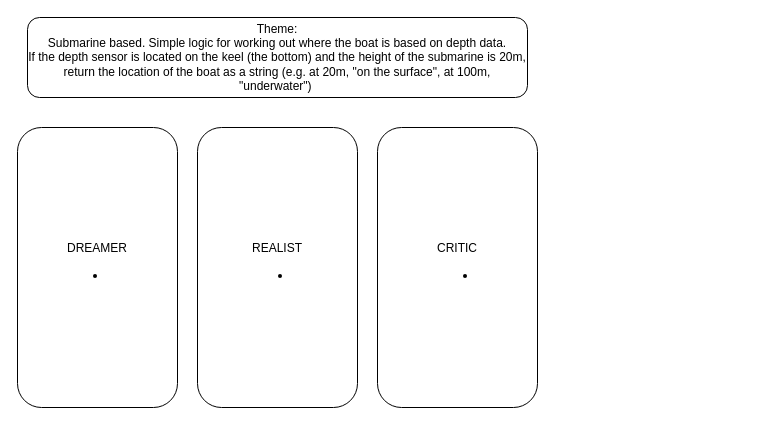
The draw.io diagram plan.drawio in SchoolOfCode/bc16-w6-hackathon-make-a-codewars-challenge-Chalky23, before the edit. Source tidied: cells renumbered, new cells numbered last; positions are measured from the earlier drawing's top-left corner, leaving out a move shared by most shapes. Both pictures are drawn from the tidied source at 100%, with x=0, y=0 at pixel (17, 17).
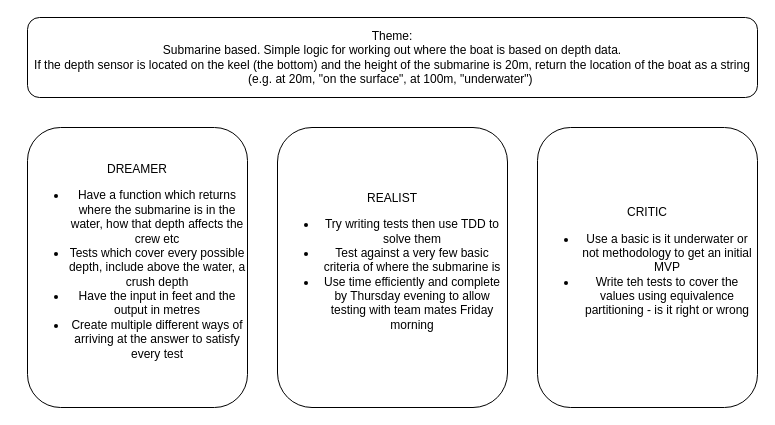
After the change.

The edit, as a diff of the source:
```diff
@@
 <mxGraphModel>
   <root>
     <mxCell id="0" />
     <mxCell id="1" parent="0" />
-    <mxCell id="2" value="DREAMER&lt;br&gt;&lt;ul&gt;&lt;li&gt;&lt;br&gt;&lt;/li&gt;&lt;/ul&gt;" style="rounded=1;whiteSpace=wrap;html=1;" parent="1" vertex="1">
-      <mxGeometry y="110" width="160" height="280" as="geometry" />
+    <mxCell id="2" value="DREAMER&lt;br&gt;&lt;ul&gt;&lt;li&gt;Have a function which returns where the submarine is in the water, how that depth affects the crew etc&lt;/li&gt;&lt;li&gt;Tests which cover every possible depth, include above the water, a crush depth&lt;/li&gt;&lt;li&gt;Have the input in feet and the output in metres&lt;/li&gt;&lt;li&gt;Create multiple different ways of arriving at the answer to satisfy every test&lt;/li&gt;&lt;/ul&gt;" style="rounded=1;whiteSpace=wrap;html=1;" parent="1" vertex="1">
+      <mxGeometry x="10" y="110" width="220" height="280" as="geometry" />
     </mxCell>
-    <mxCell id="3" value="REALIST&lt;br&gt;&lt;ul&gt;&lt;li&gt;&lt;br&gt;&lt;/li&gt;&lt;/ul&gt;" style="rounded=1;whiteSpace=wrap;html=1;" parent="1" vertex="1">
-      <mxGeometry x="180" y="110" width="160" height="280" as="geometry" />
+    <mxCell id="3" value="REALIST&lt;br&gt;&lt;ul&gt;&lt;li&gt;Try writing tests then use TDD to solve them&lt;/li&gt;&lt;li&gt;Test against a very few basic criteria of where the submarine is&lt;/li&gt;&lt;li&gt;Use time efficiently and complete by Thursday evening to allow testing with team mates Friday morning&lt;/li&gt;&lt;/ul&gt;" style="rounded=1;whiteSpace=wrap;html=1;" parent="1" vertex="1">
+      <mxGeometry x="260" y="110" width="230" height="280" as="geometry" />
     </mxCell>
-    <mxCell id="4" value="CRITIC&lt;br&gt;&lt;ul&gt;&lt;li&gt;&lt;br&gt;&lt;/li&gt;&lt;/ul&gt;" style="rounded=1;whiteSpace=wrap;html=1;" parent="1" vertex="1">
-      <mxGeometry x="360" y="110" width="160" height="280" as="geometry" />
+    <mxCell id="4" value="CRITIC&lt;br&gt;&lt;ul&gt;&lt;li&gt;Use a basic is it underwater or not methodology to get an initial MVP&lt;/li&gt;&lt;li&gt;Write teh tests to cover the values using equivalence partitioning - is it right or wrong&lt;/li&gt;&lt;/ul&gt;" style="rounded=1;whiteSpace=wrap;html=1;" parent="1" vertex="1">
+      <mxGeometry x="520" y="110" width="220" height="280" as="geometry" />
     </mxCell>
     <mxCell id="5" value="Theme:&lt;br&gt;Submarine based. Simple logic for working out where the boat is based on depth data.&lt;br&gt;If the depth sensor is located on the keel (the bottom) and the height of the submarine is 20m, return the location of the boat as a string (e.g. at 20m, &quot;on the surface&quot;, at 100m, &quot;underwater&quot;)&amp;nbsp;" style="rounded=1;whiteSpace=wrap;html=1;" parent="1" vertex="1">
-      <mxGeometry x="10" width="500" height="80" as="geometry" />
+      <mxGeometry x="10" width="730" height="80" as="geometry" />
     </mxCell>
   </root>
 </mxGraphModel>
```
